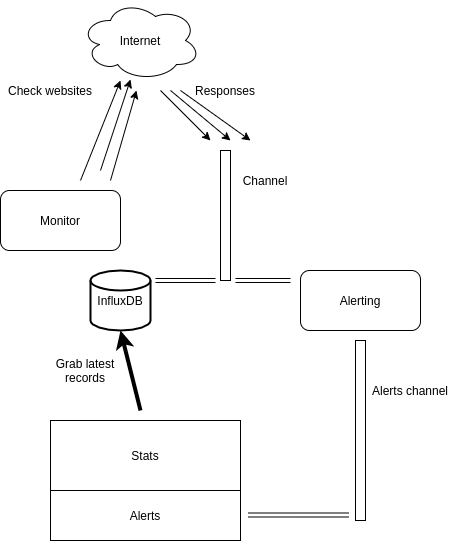
AyoubEd-zz/websites-availability-cli-tool keeps this draw.io diagram as architecture.png. Above is the earlier version. Source tidied: cells renumbered, new cells last; positions are measured from the earlier drawing's top-left corner, leaving out a move shared by most shapes.
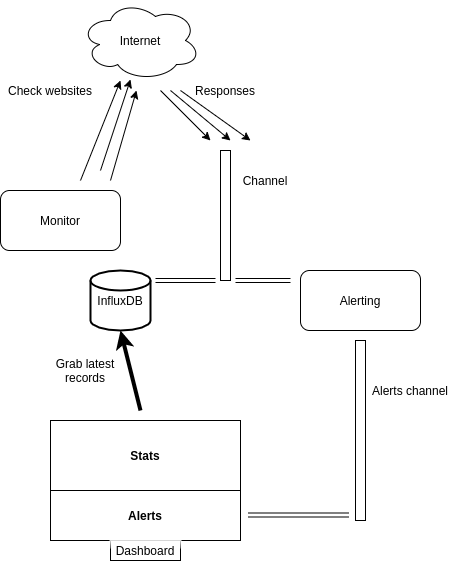
After the commit.

Diff of the diagram source:
```diff
@@ -74,10 +74,10 @@
     <mxCell id="17" value="Alerts channel" style="text;html=1;strokeColor=none;fillColor=none;align=center;verticalAlign=middle;whiteSpace=wrap;rounded=0;" parent="1" vertex="1">
       <mxGeometry x="360" y="380" width="100" height="20" as="geometry" />
     </mxCell>
-    <mxCell id="18" value="Stats" style="rounded=0;whiteSpace=wrap;html=1;" parent="1" vertex="1">
+    <mxCell id="18" value="&lt;b&gt;Stats&lt;/b&gt;" style="rounded=0;whiteSpace=wrap;html=1;" parent="1" vertex="1">
       <mxGeometry x="50" y="420" width="190" height="70" as="geometry" />
     </mxCell>
-    <mxCell id="19" value="Alerts" style="rounded=0;whiteSpace=wrap;html=1;" parent="1" vertex="1">
+    <mxCell id="19" value="&lt;b&gt;Alerts&lt;/b&gt;" style="rounded=0;whiteSpace=wrap;html=1;" parent="1" vertex="1">
       <mxGeometry x="50" y="490" width="190" height="50" as="geometry" />
     </mxCell>
     <mxCell id="20" style="shape=link;html=1;" parent="1" edge="1">
@@ -100,5 +100,8 @@
     <mxCell id="24" style="rounded=0;whiteSpace=wrap;html=1;" parent="1" vertex="1">
       <mxGeometry x="355" y="340" width="10" height="180" as="geometry" />
     </mxCell>
+    <mxCell id="25" value="Dashboard" style="rounded=0;whiteSpace=wrap;html=1;glass=1;" parent="1" vertex="1">
+      <mxGeometry x="110" y="540" width="70" height="20" as="geometry" />
+    </mxCell>
   </root>
 </mxGraphModel>
```
